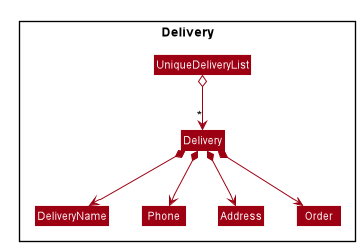
nus-cs2103-AY2021S1/tp keeps this PlantUML diagram as docs/images/DeliveryClassDiagram.png. Above is the earlier version. The source it was exported from:
```plantuml
@startuml








skinparam BackgroundColor #FFFFFFF

skinparam Shadowing false

skinparam Class {
    FontColor #FFFFFF
    BorderThickness 1
    BorderColor #FFFFFF
    StereotypeFontColor #FFFFFF
    FontName Arial
}

skinparam Actor {
    BorderColor #000000
    Color #000000
    FontName Arial
}

skinparam Sequence {
    MessageAlign center
    BoxFontSize 15
    BoxPadding 0
    BoxFontColor #FFFFFF
    FontName Arial
}

skinparam Participant {
    FontColor #FFFFFFF
    Padding 20
}

skinparam MinClassWidth 50
skinparam ParticipantPadding 10
skinparam Shadowing false
skinparam DefaultTextAlignment center
skinparam packageStyle Rectangle

hide footbox
hide members
hide circle
skinparam arrowThickness 1.1
skinparam arrowColor #9D0012
skinparam classBackgroundColor #9D0012

Package Delivery {
Class Delivery
Class DeliveryName
Class Phone
Class Address
Class Order
Class UniqueDeliveryList
}

UniqueDeliveryList o--> "*" Delivery
Delivery *--> DeliveryName
Delivery *--> Phone
Delivery *--> Address
Delivery *--> Order
@enduml
```
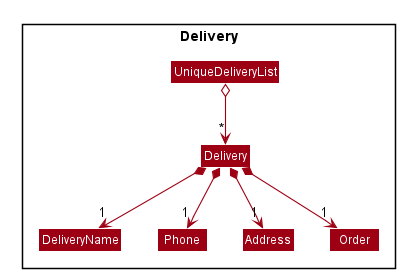
Later version of the same file.

Commit message:
update dg diagram with correct drawing

Diff of the diagram source:
```diff
@@ -61,8 +61,8 @@
 }
 
 UniqueDeliveryList o--> "*" Delivery
-Delivery *--> DeliveryName
-Delivery *--> Phone
-Delivery *--> Address
-Delivery *--> Order
+Delivery *--> "1" DeliveryName
+Delivery *--> "1" Phone
+Delivery *--> "1" Address
+Delivery *--> "1" Order
 @enduml
```
